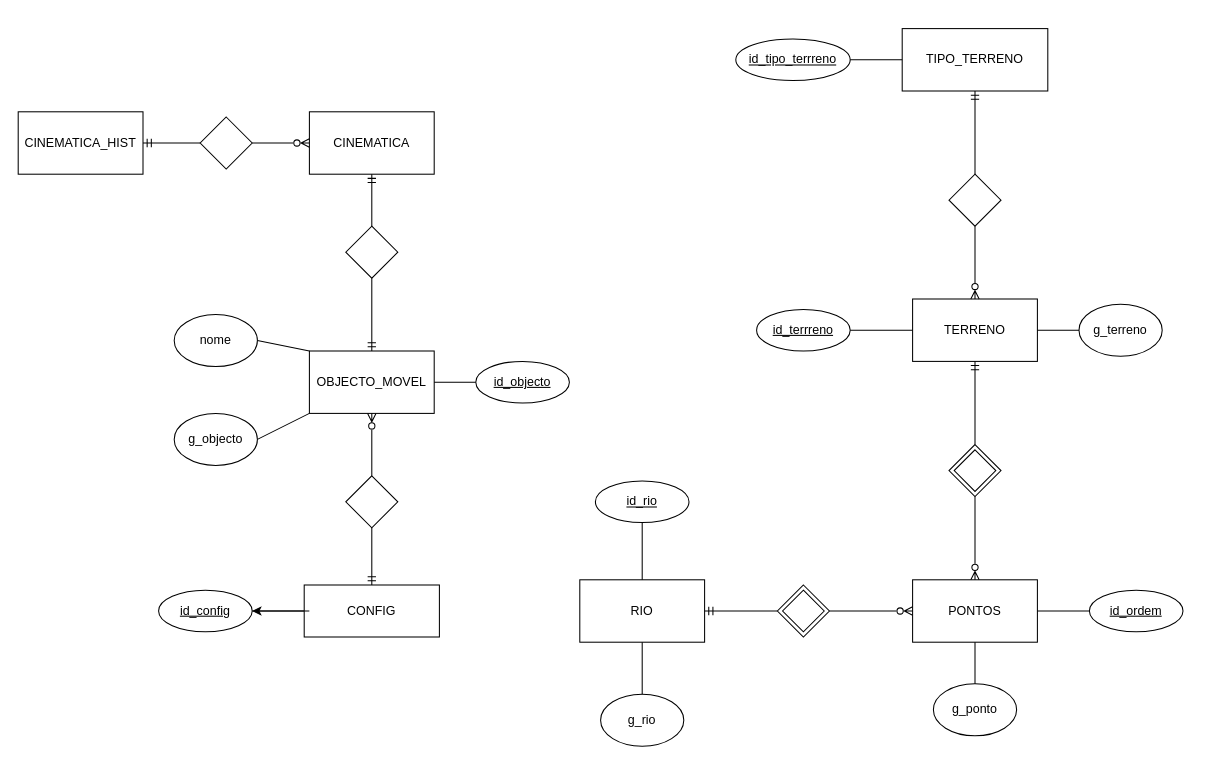
Earlier version of the draw.io diagram TP_A/docs/modelo.drawio (AnaSofOliveira/SIGM2425). Source tidied: cells renumbered, new cells numbered last; positions are measured from the earlier drawing's top-left corner, leaving out a move shared by most shapes. Both pictures are drawn from the tidied source at 104%, with x=0, y=0 at pixel (18, 28).
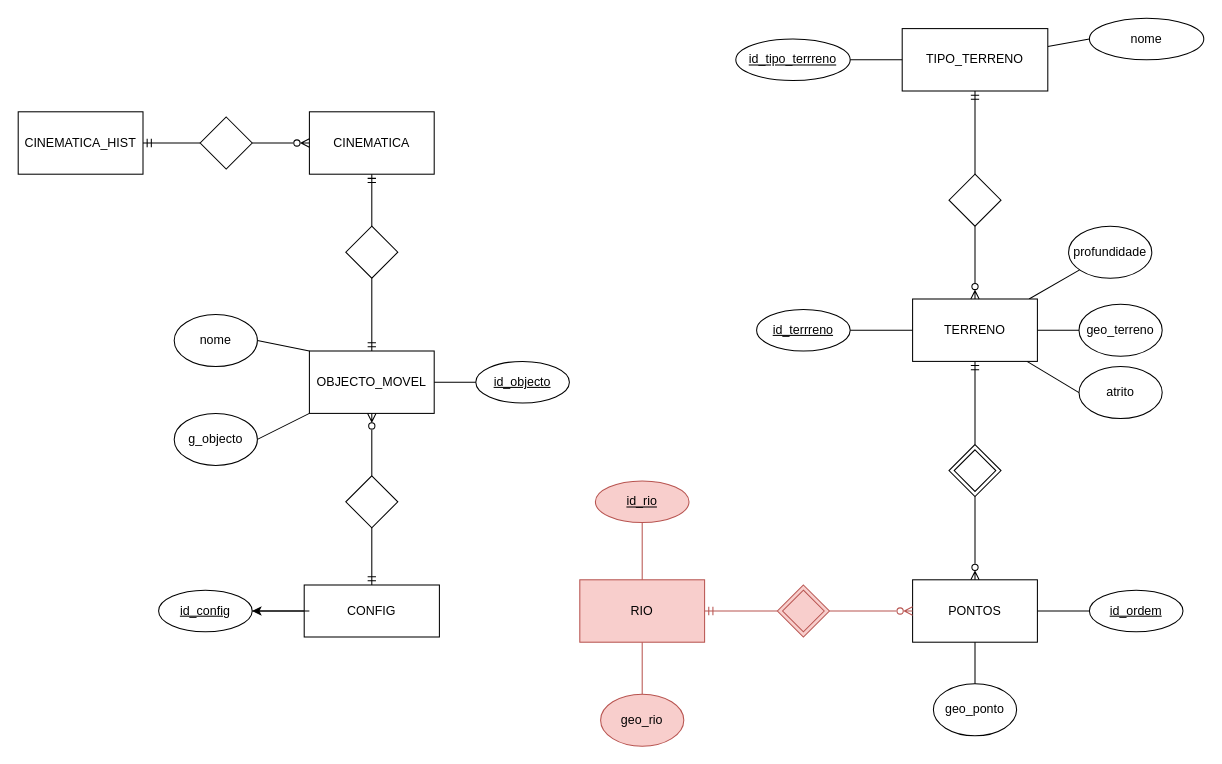
Above is the later version.

Commit message (it also covers changes not shown here):
🔧 Trabalho Prático 1 - modelo e notas

Unchanged cells that the change refers to:
```xml
<mxCell id="2" value="TERRENO" style="rounded=0;whiteSpace=wrap;html=1;" parent="1" vertex="1">
  <mxGeometry x="860" y="260" width="120" height="60" as="geometry" />
</mxCell>
<mxCell id="3" value="PONTOS" style="rounded=0;whiteSpace=wrap;html=1;" parent="1" vertex="1">
  <mxGeometry x="860" y="530" width="120" height="60" as="geometry" />
</mxCell>
<mxCell id="9" value="TIPO_TERRENO" style="rounded=0;whiteSpace=wrap;html=1;" parent="1" vertex="1">
  <mxGeometry x="850" width="140" height="60" as="geometry" />
</mxCell>
```

What changed in the source:
```diff
@@
+    <mxCell id="53" style="edgeStyle=none;html=1;entryX=0;entryY=0.5;entryDx=0;entryDy=0;endArrow=none;endFill=0;" parent="1" edge="1" source="2" target="57">
+      <mxGeometry relative="1" as="geometry" />
+    </mxCell>
+    <mxCell id="54" style="edgeStyle=none;html=1;endArrow=none;endFill=0;" parent="1" edge="1" source="2" target="58">
+      <mxGeometry relative="1" as="geometry" />
+    </mxCell>
@@
+    <mxCell id="55" style="edgeStyle=none;html=1;entryX=0;entryY=0.5;entryDx=0;entryDy=0;endArrow=none;endFill=0;" parent="1" edge="1" source="9" target="56">
+      <mxGeometry relative="1" as="geometry" />
+    </mxCell>
@@
-    <mxCell id="12" value="RIO" style="rounded=0;whiteSpace=wrap;html=1;" parent="1" vertex="1">
+    <mxCell id="12" value="RIO" style="rounded=0;whiteSpace=wrap;html=1;fillColor=#f8cecc;strokeColor=#b85450;" parent="1" vertex="1">
       <mxGeometry x="540" y="530" width="120" height="60" as="geometry" />
     </mxCell>
@@
-    <mxCell id="16" style="rounded=0;jettySize=auto;html=1;entryX=1;entryY=0.5;entryDx=0;entryDy=0;endArrow=ERmandOne;endFill=0;" parent="1" edge="1" source="17" target="12">
+    <mxCell id="16" style="rounded=0;jettySize=auto;html=1;entryX=1;entryY=0.5;entryDx=0;entryDy=0;endArrow=ERmandOne;endFill=0;fillColor=#f8cecc;strokeColor=#b85450;" parent="1" edge="1" source="17" target="12">
       <mxGeometry relative="1" as="geometry" />
     </mxCell>
-    <mxCell id="17" style="rhombus;whiteSpace=wrap;html=1;" parent="1" vertex="1">
+    <mxCell id="17" style="rhombus;whiteSpace=wrap;html=1;fillColor=#f8cecc;strokeColor=#b85450;" parent="1" vertex="1">
       <mxGeometry x="730" y="535" width="50" height="50" as="geometry" />
     </mxCell>
-    <mxCell id="18" style="rounded=0;jettySize=auto;html=1;endArrow=ERzeroToMany;endFill=0;entryX=0;entryY=0.5;entryDx=0;entryDy=0;exitX=1;exitY=0.5;exitDx=0;exitDy=0;" parent="1" edge="1" source="17" target="3">
+    <mxCell id="18" style="rounded=0;jettySize=auto;html=1;endArrow=ERzeroToMany;endFill=0;entryX=0;entryY=0.5;entryDx=0;entryDy=0;exitX=1;exitY=0.5;exitDx=0;exitDy=0;fillColor=#f8cecc;strokeColor=#b85450;" parent="1" edge="1" source="17" target="3">
       <mxGeometry relative="1" as="geometry" />
     </mxCell>
-    <mxCell id="19" style="rhombus;whiteSpace=wrap;html=1;" parent="1" vertex="1">
+    <mxCell id="19" style="rhombus;whiteSpace=wrap;html=1;fillColor=#f8cecc;strokeColor=#b85450;" parent="1" vertex="1">
       <mxGeometry x="735" y="540" width="40" height="40" as="geometry" />
     </mxCell>
@@
-    <mxCell id="35" value="g_terreno" style="ellipse;whiteSpace=wrap;html=1;" parent="1" vertex="1">
+    <mxCell id="35" value="geo_terreno" style="ellipse;whiteSpace=wrap;html=1;" parent="1" vertex="1">
       <mxGeometry x="1020" y="265" width="80" height="50" as="geometry" />
     </mxCell>
@@
-    <mxCell id="39" value="g_ponto" style="ellipse;whiteSpace=wrap;html=1;" parent="1" vertex="1">
+    <mxCell id="39" value="geo_ponto" style="ellipse;whiteSpace=wrap;html=1;" parent="1" vertex="1">
       <mxGeometry x="880" y="630" width="80" height="50" as="geometry" />
     </mxCell>
@@
-    <mxCell id="41" value="&lt;u&gt;id_rio&lt;/u&gt;" style="ellipse;whiteSpace=wrap;html=1;" parent="1" vertex="1">
+    <mxCell id="41" value="&lt;u&gt;id_rio&lt;/u&gt;" style="ellipse;whiteSpace=wrap;html=1;fillColor=#f8cecc;strokeColor=#b85450;" parent="1" vertex="1">
       <mxGeometry x="555" y="435" width="90" height="40" as="geometry" />
     </mxCell>
-    <mxCell id="42" style="rounded=0;jettySize=auto;html=1;entryX=0.5;entryY=0;entryDx=0;entryDy=0;endArrow=none;endFill=0;exitX=0.5;exitY=1;exitDx=0;exitDy=0;" parent="1" edge="1" source="41" target="12">
+    <mxCell id="42" style="rounded=0;jettySize=auto;html=1;entryX=0.5;entryY=0;entryDx=0;entryDy=0;endArrow=none;endFill=0;exitX=0.5;exitY=1;exitDx=0;exitDy=0;fillColor=#f8cecc;strokeColor=#b85450;" parent="1" edge="1" source="41" target="12">
       <mxGeometry relative="1" as="geometry" />
     </mxCell>
-    <mxCell id="43" value="g_rio" style="ellipse;whiteSpace=wrap;html=1;" parent="1" vertex="1">
+    <mxCell id="43" value="geo_rio" style="ellipse;whiteSpace=wrap;html=1;fillColor=#f8cecc;strokeColor=#b85450;" parent="1" vertex="1">
       <mxGeometry x="560" y="640" width="80" height="50" as="geometry" />
     </mxCell>
-    <mxCell id="44" style="rounded=0;jettySize=auto;html=1;entryX=0.5;entryY=1;entryDx=0;entryDy=0;endArrow=none;endFill=0;exitX=0.5;exitY=0;exitDx=0;exitDy=0;" parent="1" edge="1" source="43" target="12">
+    <mxCell id="44" style="rounded=0;jettySize=auto;html=1;entryX=0.5;entryY=1;entryDx=0;entryDy=0;endArrow=none;endFill=0;exitX=0.5;exitY=0;exitDx=0;exitDy=0;fillColor=#f8cecc;strokeColor=#b85450;" parent="1" edge="1" source="43" target="12">
       <mxGeometry relative="1" as="geometry" />
     </mxCell>
@@
+    <mxCell id="56" value="nome" style="ellipse;whiteSpace=wrap;html=1;" parent="1" vertex="1">
+      <mxGeometry x="1030" y="-10" width="110" height="40" as="geometry" />
+    </mxCell>
+    <mxCell id="57" value="atrito" style="ellipse;whiteSpace=wrap;html=1;" parent="1" vertex="1">
+      <mxGeometry x="1020" y="325" width="80" height="50" as="geometry" />
+    </mxCell>
+    <mxCell id="58" value="profundidade" style="ellipse;whiteSpace=wrap;html=1;" parent="1" vertex="1">
+      <mxGeometry x="1010" y="190" width="80" height="50" as="geometry" />
+    </mxCell>
```
